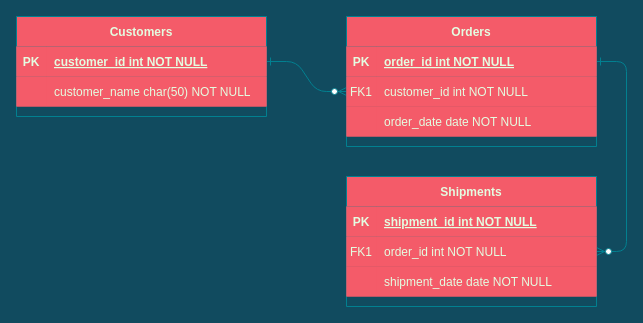
UTCh-BIS-Team/Entity-Relationship-Model keeps this draw.io diagram as Untitled Diagram.drawio. Above is the earlier version. Source tidied: cells renumbered, new cells numbered last; positions are measured from the earlier drawing's top-left corner, leaving out a move shared by most shapes. Both pictures are drawn from the tidied source at 100%, with x=0, y=0 at pixel (16, 16).
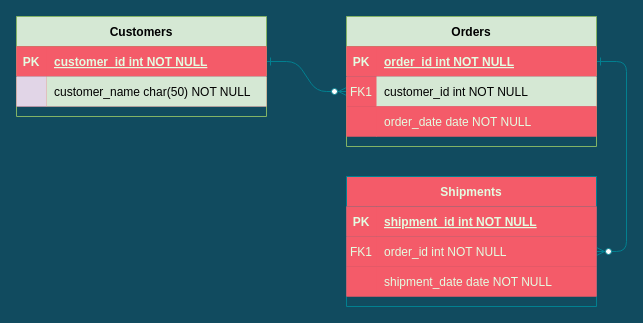
The same page after the edit.

Unchanged cells that the change refers to:
```xml
<mxCell id="8" style="shape=partialRectangle;fillColor=#F45B69;points=[[0,0.5],[1,0.5]];portConstraint=eastwest;top=0;left=0;right=0;bottom=0;strokeColor=#028090;fontColor=#E4FDE1;" parent="4" vertex="1">
  <mxGeometry y="60" width="250" height="30" as="geometry" />
</mxCell>
<mxCell id="28" style="shape=partialRectangle;fillColor=#F45B69;top=0;left=0;right=0;bottom=0;strokeColor=#028090;fontColor=#E4FDE1;" parent="24" vertex="1">
  <mxGeometry y="60" width="250" height="30" as="geometry" />
</mxCell>
```

The edit, as a diff of the source:
```diff
@@
-    <mxCell id="4" value="Orders" style="shape=table;startSize=30;childLayout=tableLayout;rowLines=0;fontStyle=1;align=center;fillColor=#F45B69;strokeColor=#028090;fontColor=#E4FDE1;" parent="1" vertex="1">
+    <mxCell id="4" value="Orders" style="shape=table;startSize=30;childLayout=tableLayout;rowLines=0;fontStyle=1;align=center;fillColor=#d5e8d4;strokeColor=#82b366;" parent="1" vertex="1">
       <mxGeometry x="330" width="250" height="130" as="geometry" />
     </mxCell>
@@
-    <mxCell id="10" value="customer_id int NOT NULL" style="shape=partialRectangle;overflow=hidden;fillColor=#F45B69;top=0;left=0;bottom=0;right=0;align=left;spacingLeft=6;strokeColor=#028090;fontColor=#E4FDE1;" parent="8" vertex="1">
+    <mxCell id="10" value="customer_id int NOT NULL" style="shape=partialRectangle;overflow=hidden;fillColor=#d5e8d4;top=0;left=0;bottom=0;right=0;align=left;spacingLeft=6;strokeColor=#82b366;" parent="8" vertex="1">
       <mxGeometry x="30" width="220" height="30" as="geometry" />
     </mxCell>
@@
-    <mxCell id="24" value="Customers" style="shape=table;startSize=30;childLayout=tableLayout;rowLines=0;fontStyle=1;align=center;fillColor=#F45B69;strokeColor=#028090;fontColor=#E4FDE1;" parent="1" vertex="1">
+    <mxCell id="24" value="Customers" style="shape=table;startSize=30;childLayout=tableLayout;rowLines=0;fontStyle=1;align=center;fillColor=#d5e8d4;strokeColor=#82b366;" parent="1" vertex="1">
       <mxGeometry width="250" height="100" as="geometry" />
     </mxCell>
@@
-    <mxCell id="29" style="shape=partialRectangle;overflow=hidden;fillColor=#F45B69;top=0;left=0;bottom=0;right=0;strokeColor=#028090;fontColor=#E4FDE1;" parent="28" vertex="1">
+    <mxCell id="29" style="shape=partialRectangle;overflow=hidden;fillColor=#e1d5e7;top=0;left=0;bottom=0;right=0;strokeColor=#9673a6;" parent="28" vertex="1">
       <mxGeometry width="30" height="30" as="geometry" />
     </mxCell>
-    <mxCell id="30" value="customer_name char(50) NOT NULL" style="shape=partialRectangle;overflow=hidden;fillColor=#F45B69;top=0;left=0;bottom=0;right=0;align=left;spacingLeft=6;strokeColor=#028090;fontColor=#E4FDE1;" parent="28" vertex="1">
+    <mxCell id="30" value="customer_name char(50) NOT NULL" style="shape=partialRectangle;overflow=hidden;fillColor=#d5e8d4;top=0;left=0;bottom=0;right=0;align=left;spacingLeft=6;strokeColor=#82b366;" parent="28" vertex="1">
       <mxGeometry x="30" width="220" height="30" as="geometry" />
     </mxCell>
```
